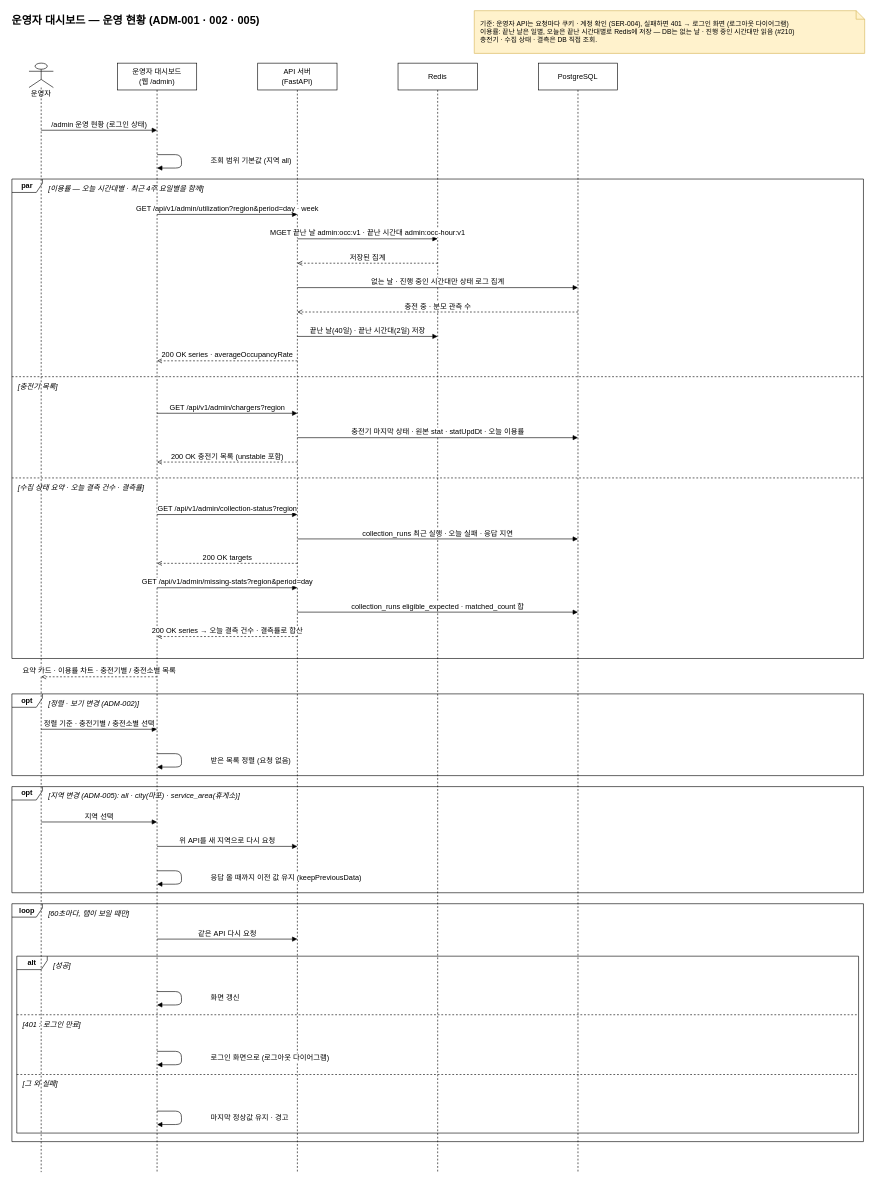
The draw.io diagram page "운영 현황" (1 of 3) of docs/diagrams_new/sequence-운영자 대시보드 조회.drawio in 2026-Capstone4/ev-flow, before the edit. Source tidied: cells renumbered, new cells numbered last; positions are measured from the earlier drawing's top-left corner, leaving out a move shared by most shapes. Both pictures are drawn from the tidied source at 61%, with x=0, y=0 at pixel (10, 10).
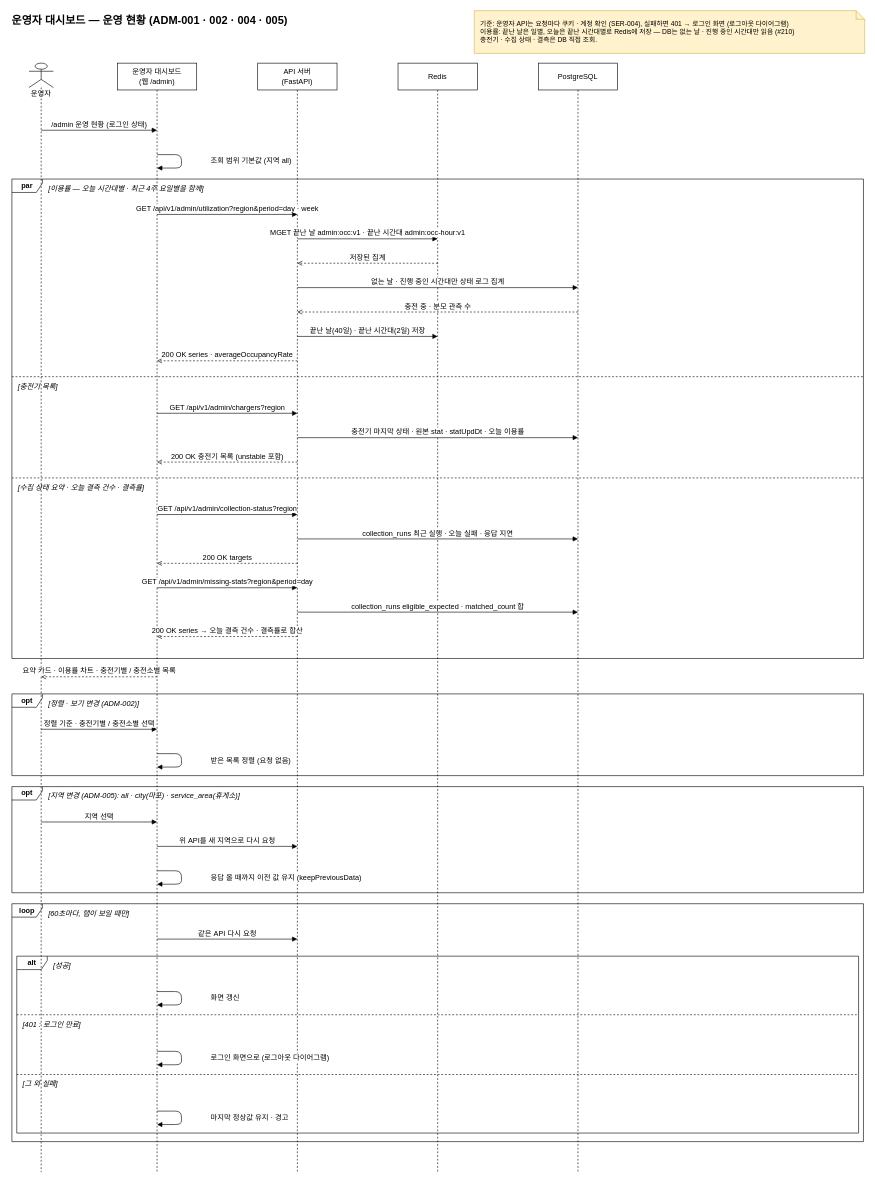
The same diagram, later.

Commit message (it also covers changes not shown here):
docs(docs): 다이어그램 · 결정 기록을 #217 · #218 뒤 기준으로 맞춤 (#220)

Diff of the diagram source:
```diff
@@
-    <mxCell id="12" value="운영자 대시보드 — 운영 현황 (ADM-001 · 002 · 005)" style="text;html=1;fontStyle=1;fontSize=18;fontFamily=Pretendard;align=left;" parent="1" vertex="1">
+    <mxCell id="12" value="운영자 대시보드 — 운영 현황 (ADM-001 · 002 · 004 · 005)" style="text;html=1;fontStyle=1;fontSize=18;fontFamily=Pretendard;align=left;" parent="1" vertex="1">
       <mxGeometry width="740" height="30" as="geometry" />
     </mxCell>
```
